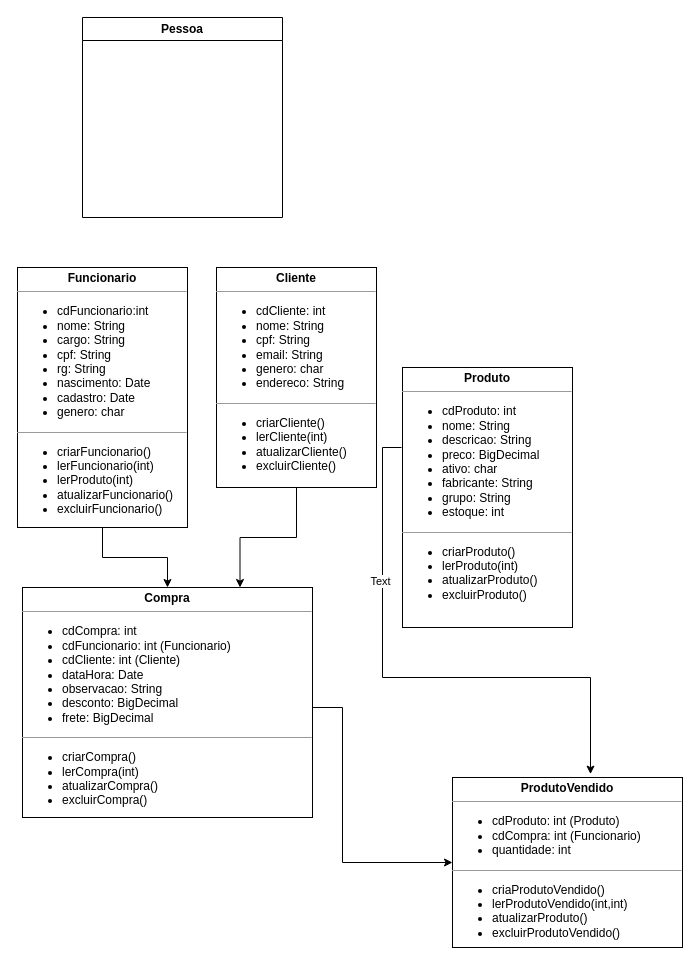
jaumx/SistemaSenac keeps this draw.io diagram as Diagrama-SV.drawio. Above is the earlier version. Source tidied: cells renumbered, new cells numbered last; positions are measured from the earlier drawing's top-left corner, leaving out a move shared by most shapes. Both pictures are drawn from the tidied source at 100%, with x=0, y=0 at pixel (17, 17).
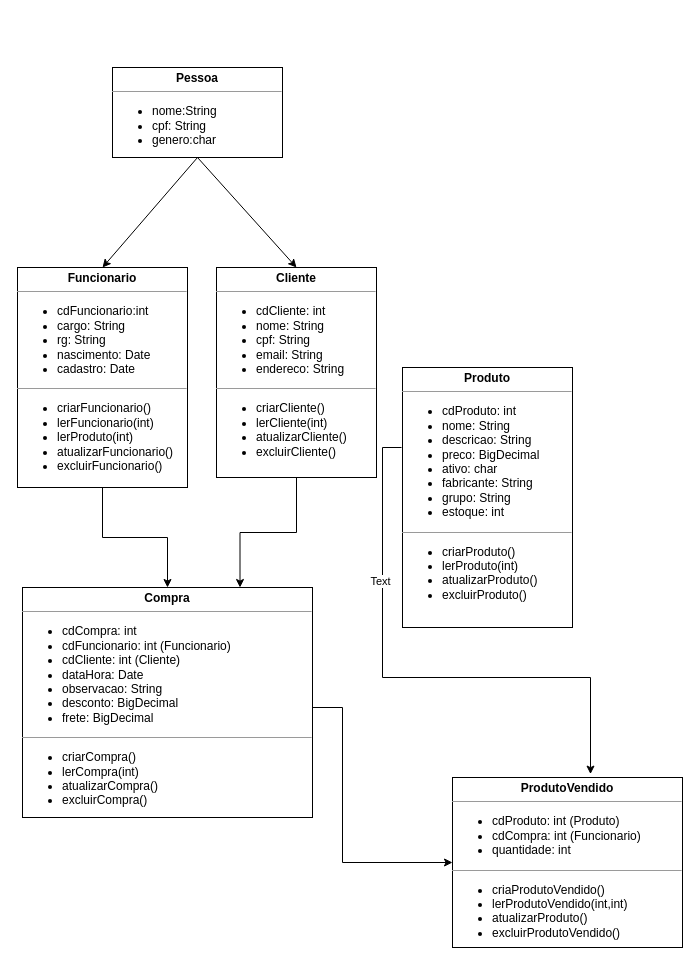
Above is the later version.

Commit message:
superClassePessoa - reutilização de código

The edit, as a diff of the source:
```diff
@@
 <mxGraphModel>
   <root>
     <mxCell id="0" />
     <mxCell id="1" parent="0" />
     <mxCell id="2" style="edgeStyle=orthogonalEdgeStyle;rounded=0;jettySize=auto;html=1;entryX=0.75;entryY=0;entryDx=0;entryDy=0;" parent="1" edge="1" source="3" target="10">
       <mxGeometry relative="1" as="geometry" />
     </mxCell>
-    <mxCell id="3" value="&lt;p style=&quot;margin:0px;margin-top:4px;text-align:center;&quot;&gt;&lt;b&gt;Cliente&lt;/b&gt;&lt;/p&gt;&lt;hr size=&quot;1&quot;&gt;&lt;p style=&quot;margin:0px;margin-left:4px;&quot;&gt;&lt;/p&gt;&lt;ul&gt;&lt;li&gt;cdCliente: int&lt;/li&gt;&lt;li&gt;nome: String&lt;/li&gt;&lt;li&gt;cpf: String&lt;/li&gt;&lt;li&gt;email: String&lt;/li&gt;&lt;li&gt;genero: char&lt;/li&gt;&lt;li&gt;endereco: String&lt;/li&gt;&lt;/ul&gt;&lt;p&gt;&lt;/p&gt;&lt;hr size=&quot;1&quot;&gt;&lt;p style=&quot;margin:0px;margin-left:4px;&quot;&gt;&lt;/p&gt;&lt;ul&gt;&lt;li&gt;criarCliente()&lt;/li&gt;&lt;li&gt;lerCliente(int)&lt;/li&gt;&lt;li&gt;atualizarCliente()&lt;/li&gt;&lt;li&gt;excluirCliente()&lt;/li&gt;&lt;/ul&gt;&lt;p&gt;&lt;/p&gt;" style="verticalAlign=top;align=left;overflow=fill;fontSize=12;fontFamily=Helvetica;html=1;whiteSpace=wrap;" parent="1" vertex="1">
-      <mxGeometry x="199" y="250" width="160" height="220" as="geometry" />
+    <mxCell id="3" value="&lt;p style=&quot;margin:0px;margin-top:4px;text-align:center;&quot;&gt;&lt;b&gt;Cliente&lt;/b&gt;&lt;/p&gt;&lt;hr size=&quot;1&quot;&gt;&lt;p style=&quot;margin:0px;margin-left:4px;&quot;&gt;&lt;/p&gt;&lt;ul&gt;&lt;li&gt;cdCliente: int&lt;/li&gt;&lt;li&gt;nome: String&lt;/li&gt;&lt;li&gt;cpf: String&lt;/li&gt;&lt;li&gt;email: String&lt;/li&gt;&lt;li&gt;endereco: String&lt;/li&gt;&lt;/ul&gt;&lt;p&gt;&lt;/p&gt;&lt;hr size=&quot;1&quot;&gt;&lt;p style=&quot;margin:0px;margin-left:4px;&quot;&gt;&lt;/p&gt;&lt;ul&gt;&lt;li&gt;criarCliente()&lt;/li&gt;&lt;li&gt;lerCliente(int)&lt;/li&gt;&lt;li&gt;atualizarCliente()&lt;/li&gt;&lt;li&gt;excluirCliente()&lt;/li&gt;&lt;/ul&gt;&lt;p&gt;&lt;/p&gt;" style="verticalAlign=top;align=left;overflow=fill;fontSize=12;fontFamily=Helvetica;html=1;whiteSpace=wrap;" parent="1" vertex="1">
+      <mxGeometry x="199" y="250" width="160" height="210" as="geometry" />
     </mxCell>
     <mxCell id="4" style="edgeStyle=orthogonalEdgeStyle;rounded=0;jettySize=auto;html=1;" parent="1" edge="1" source="5" target="10">
       <mxGeometry relative="1" as="geometry" />
     </mxCell>
-    <mxCell id="5" value="&lt;p style=&quot;margin:0px;margin-top:4px;text-align:center;&quot;&gt;&lt;b&gt;Funcionario&lt;/b&gt;&lt;/p&gt;&lt;hr size=&quot;1&quot;&gt;&lt;p style=&quot;margin:0px;margin-left:4px;&quot;&gt;&lt;/p&gt;&lt;ul&gt;&lt;li style=&quot;border-color: var(--border-color);&quot;&gt;cdFuncionario:int&lt;/li&gt;&lt;li style=&quot;border-color: var(--border-color);&quot;&gt;nome: String&lt;/li&gt;&lt;li style=&quot;border-color: var(--border-color);&quot;&gt;cargo: String&lt;/li&gt;&lt;li style=&quot;border-color: var(--border-color);&quot;&gt;cpf: String&lt;/li&gt;&lt;li style=&quot;border-color: var(--border-color);&quot;&gt;rg: String&lt;/li&gt;&lt;li style=&quot;border-color: var(--border-color);&quot;&gt;nascimento: Date&lt;/li&gt;&lt;li style=&quot;border-color: var(--border-color);&quot;&gt;cadastro: Date&lt;/li&gt;&lt;li&gt;genero: char&lt;/li&gt;&lt;/ul&gt;&lt;p&gt;&lt;/p&gt;&lt;hr size=&quot;1&quot;&gt;&lt;p style=&quot;margin:0px;margin-left:4px;&quot;&gt;&lt;/p&gt;&lt;ul&gt;&lt;li style=&quot;border-color: var(--border-color);&quot;&gt;criarFuncionario()&lt;/li&gt;&lt;li style=&quot;border-color: var(--border-color);&quot;&gt;&lt;span style=&quot;border-color: var(--border-color); background-color: initial;&quot;&gt;lerFuncionario(int)&lt;/span&gt;&lt;/li&gt;&lt;li style=&quot;border-color: var(--border-color);&quot;&gt;&lt;span style=&quot;border-color: var(--border-color); background-color: initial;&quot;&gt;lerProduto(int)&lt;/span&gt;&lt;/li&gt;&lt;li style=&quot;border-color: var(--border-color);&quot;&gt;&lt;span style=&quot;border-color: var(--border-color); background-color: initial;&quot;&gt;atualizarFuncionario()&amp;nbsp;&lt;/span&gt;&lt;/li&gt;&lt;li style=&quot;border-color: var(--border-color);&quot;&gt;&lt;span style=&quot;border-color: var(--border-color); background-color: initial;&quot;&gt;excluirFuncionario()&lt;/span&gt;&lt;/li&gt;&lt;/ul&gt;&lt;p&gt;&lt;/p&gt;" style="verticalAlign=top;align=left;overflow=fill;fontSize=12;fontFamily=Helvetica;html=1;whiteSpace=wrap;" parent="1" vertex="1">
-      <mxGeometry y="250" width="170" height="260" as="geometry" />
+    <mxCell id="5" value="&lt;p style=&quot;margin:0px;margin-top:4px;text-align:center;&quot;&gt;&lt;b&gt;Funcionario&lt;/b&gt;&lt;/p&gt;&lt;hr size=&quot;1&quot;&gt;&lt;p style=&quot;margin:0px;margin-left:4px;&quot;&gt;&lt;/p&gt;&lt;ul&gt;&lt;li style=&quot;border-color: var(--border-color);&quot;&gt;cdFuncionario:int&lt;/li&gt;&lt;li style=&quot;border-color: var(--border-color);&quot;&gt;cargo: String&lt;/li&gt;&lt;li style=&quot;border-color: var(--border-color);&quot;&gt;rg: String&lt;/li&gt;&lt;li style=&quot;border-color: var(--border-color);&quot;&gt;nascimento: Date&lt;/li&gt;&lt;li style=&quot;border-color: var(--border-color);&quot;&gt;cadastro: Date&lt;/li&gt;&lt;/ul&gt;&lt;p&gt;&lt;/p&gt;&lt;hr size=&quot;1&quot;&gt;&lt;p style=&quot;margin:0px;margin-left:4px;&quot;&gt;&lt;/p&gt;&lt;ul&gt;&lt;li style=&quot;border-color: var(--border-color);&quot;&gt;criarFuncionario()&lt;/li&gt;&lt;li style=&quot;border-color: var(--border-color);&quot;&gt;&lt;span style=&quot;border-color: var(--border-color); background-color: initial;&quot;&gt;lerFuncionario(int)&lt;/span&gt;&lt;/li&gt;&lt;li style=&quot;border-color: var(--border-color);&quot;&gt;&lt;span style=&quot;border-color: var(--border-color); background-color: initial;&quot;&gt;lerProduto(int)&lt;/span&gt;&lt;/li&gt;&lt;li style=&quot;border-color: var(--border-color);&quot;&gt;&lt;span style=&quot;border-color: var(--border-color); background-color: initial;&quot;&gt;atualizarFuncionario()&amp;nbsp;&lt;/span&gt;&lt;/li&gt;&lt;li style=&quot;border-color: var(--border-color);&quot;&gt;&lt;span style=&quot;border-color: var(--border-color); background-color: initial;&quot;&gt;excluirFuncionario()&lt;/span&gt;&lt;/li&gt;&lt;/ul&gt;&lt;p&gt;&lt;/p&gt;" style="verticalAlign=top;align=left;overflow=fill;fontSize=12;fontFamily=Helvetica;html=1;whiteSpace=wrap;" parent="1" vertex="1">
+      <mxGeometry y="250" width="170" height="220" as="geometry" />
     </mxCell>
     <mxCell id="6" style="edgeStyle=orthogonalEdgeStyle;rounded=0;jettySize=auto;html=1;entryX=0.6;entryY=-0.02;entryDx=0;entryDy=0;entryPerimeter=0;" parent="1" edge="1" target="11">
       <mxGeometry relative="1" as="geometry">
         <mxPoint x="384" y="430" as="sourcePoint" />
         <Array as="points">
           <mxPoint x="365" y="430" />
           <mxPoint x="365" y="660" />
           <mxPoint x="573" y="660" />
         </Array>
       </mxGeometry>
     </mxCell>
     <mxCell id="7" value="Text" style="edgeLabel;html=1;align=center;verticalAlign=middle;" parent="6" vertex="1">
       <mxGeometry x="-0.45" y="-3" relative="1" as="geometry" />
     </mxCell>
     <mxCell id="8" value="&lt;p style=&quot;margin:0px;margin-top:4px;text-align:center;&quot;&gt;&lt;b&gt;Produto&lt;/b&gt;&lt;/p&gt;&lt;hr size=&quot;1&quot;&gt;&lt;p style=&quot;margin:0px;margin-left:4px;&quot;&gt;&lt;/p&gt;&lt;ul&gt;&lt;li style=&quot;border-color: var(--border-color);&quot;&gt;cdProduto: int&lt;/li&gt;&lt;li style=&quot;border-color: var(--border-color);&quot;&gt;nome: String&lt;/li&gt;&lt;li style=&quot;border-color: var(--border-color);&quot;&gt;descricao: String&lt;/li&gt;&lt;li style=&quot;border-color: var(--border-color);&quot;&gt;preco: BigDecimal&lt;/li&gt;&lt;li style=&quot;border-color: var(--border-color);&quot;&gt;ativo: char&lt;/li&gt;&lt;li style=&quot;border-color: var(--border-color);&quot;&gt;fabricante: String&lt;/li&gt;&lt;li style=&quot;border-color: var(--border-color);&quot;&gt;grupo: String&lt;/li&gt;&lt;li style=&quot;border-color: var(--border-color);&quot;&gt;estoque: int&lt;br&gt;&lt;/li&gt;&lt;/ul&gt;&lt;p&gt;&lt;/p&gt;&lt;hr size=&quot;1&quot;&gt;&lt;p style=&quot;margin:0px;margin-left:4px;&quot;&gt;&lt;/p&gt;&lt;ul&gt;&lt;li style=&quot;border-color: var(--border-color);&quot;&gt;criarProduto()&lt;/li&gt;&lt;li style=&quot;border-color: var(--border-color);&quot;&gt;&lt;span style=&quot;border-color: var(--border-color); background-color: initial;&quot;&gt;lerProduto(int)&lt;/span&gt;&lt;/li&gt;&lt;li style=&quot;border-color: var(--border-color);&quot;&gt;&lt;span style=&quot;border-color: var(--border-color); background-color: initial;&quot;&gt;atualizarProduto()&amp;nbsp;&lt;/span&gt;&lt;/li&gt;&lt;li style=&quot;border-color: var(--border-color);&quot;&gt;&lt;span style=&quot;border-color: var(--border-color); background-color: initial;&quot;&gt;excluirProduto()&lt;/span&gt;&lt;/li&gt;&lt;/ul&gt;&lt;p&gt;&lt;/p&gt;" style="verticalAlign=top;align=left;overflow=fill;fontSize=12;fontFamily=Helvetica;html=1;whiteSpace=wrap;" parent="1" vertex="1">
       <mxGeometry x="385" y="350" width="170" height="260" as="geometry" />
     </mxCell>
     <mxCell id="9" style="edgeStyle=orthogonalEdgeStyle;rounded=0;jettySize=auto;html=1;entryX=0;entryY=0.5;entryDx=0;entryDy=0;" parent="1" edge="1" target="11">
       <mxGeometry relative="1" as="geometry">
         <mxPoint x="275" y="690" as="sourcePoint" />
         <Array as="points">
           <mxPoint x="325" y="690" />
           <mxPoint x="325" y="845" />
         </Array>
       </mxGeometry>
     </mxCell>
     <mxCell id="10" value="&lt;p style=&quot;margin:0px;margin-top:4px;text-align:center;&quot;&gt;&lt;b&gt;Compra&lt;/b&gt;&lt;/p&gt;&lt;hr size=&quot;1&quot;&gt;&lt;p style=&quot;margin:0px;margin-left:4px;&quot;&gt;&lt;/p&gt;&lt;ul&gt;&lt;li style=&quot;border-color: var(--border-color);&quot;&gt;cdCompra: int&lt;/li&gt;&lt;li style=&quot;border-color: var(--border-color);&quot;&gt;cdFuncionario: int (Funcionario)&lt;/li&gt;&lt;li style=&quot;border-color: var(--border-color);&quot;&gt;cdCliente: int (Cliente)&lt;/li&gt;&lt;li style=&quot;border-color: var(--border-color);&quot;&gt;dataHora: Date&lt;/li&gt;&lt;li style=&quot;border-color: var(--border-color);&quot;&gt;observacao: String&lt;/li&gt;&lt;li style=&quot;border-color: var(--border-color);&quot;&gt;desconto: BigDecimal&lt;/li&gt;&lt;li style=&quot;border-color: var(--border-color);&quot;&gt;frete: BigDecimal&lt;/li&gt;&lt;/ul&gt;&lt;p&gt;&lt;/p&gt;&lt;hr size=&quot;1&quot;&gt;&lt;p style=&quot;margin:0px;margin-left:4px;&quot;&gt;&lt;/p&gt;&lt;ul&gt;&lt;li style=&quot;border-color: var(--border-color);&quot;&gt;criarCompra()&lt;/li&gt;&lt;li style=&quot;border-color: var(--border-color);&quot;&gt;&lt;span style=&quot;border-color: var(--border-color); background-color: initial;&quot;&gt;lerCompra(int)&lt;/span&gt;&lt;/li&gt;&lt;li style=&quot;border-color: var(--border-color);&quot;&gt;&lt;span style=&quot;border-color: var(--border-color); background-color: initial;&quot;&gt;atualizarCompra()&amp;nbsp;&lt;/span&gt;&lt;/li&gt;&lt;li style=&quot;border-color: var(--border-color);&quot;&gt;&lt;span style=&quot;border-color: var(--border-color); background-color: initial;&quot;&gt;excluirCompra()&lt;/span&gt;&lt;/li&gt;&lt;/ul&gt;&lt;p&gt;&lt;/p&gt;" style="verticalAlign=top;align=left;overflow=fill;fontSize=12;fontFamily=Helvetica;html=1;whiteSpace=wrap;" parent="1" vertex="1">
       <mxGeometry x="5" y="570" width="290" height="230" as="geometry" />
     </mxCell>
     <mxCell id="11" value="&lt;p style=&quot;margin:0px;margin-top:4px;text-align:center;&quot;&gt;&lt;b&gt;ProdutoVendido&lt;/b&gt;&lt;/p&gt;&lt;hr size=&quot;1&quot;&gt;&lt;p style=&quot;margin:0px;margin-left:4px;&quot;&gt;&lt;/p&gt;&lt;ul&gt;&lt;li style=&quot;border-color: var(--border-color);&quot;&gt;cdProduto: int (Produto)&lt;/li&gt;&lt;li style=&quot;border-color: var(--border-color);&quot;&gt;cdCompra: int (Funcionario)&lt;/li&gt;&lt;li style=&quot;border-color: var(--border-color);&quot;&gt;quantidade: int&lt;/li&gt;&lt;/ul&gt;&lt;p&gt;&lt;/p&gt;&lt;hr size=&quot;1&quot;&gt;&lt;p style=&quot;margin:0px;margin-left:4px;&quot;&gt;&lt;/p&gt;&lt;ul&gt;&lt;li style=&quot;border-color: var(--border-color);&quot;&gt;criaProdutoVendido()&lt;/li&gt;&lt;li style=&quot;border-color: var(--border-color);&quot;&gt;&lt;span style=&quot;border-color: var(--border-color); background-color: initial;&quot;&gt;lerProdutoVendido(int,int)&lt;/span&gt;&lt;/li&gt;&lt;li style=&quot;border-color: var(--border-color);&quot;&gt;&lt;span style=&quot;border-color: var(--border-color); background-color: initial;&quot;&gt;atualizarProduto()&lt;/span&gt;&lt;/li&gt;&lt;li style=&quot;border-color: var(--border-color);&quot;&gt;&lt;span style=&quot;border-color: var(--border-color); background-color: initial;&quot;&gt;excluirProdutoVendido()&lt;/span&gt;&lt;/li&gt;&lt;/ul&gt;&lt;p&gt;&lt;/p&gt;" style="verticalAlign=top;align=left;overflow=fill;fontSize=12;fontFamily=Helvetica;html=1;whiteSpace=wrap;" parent="1" vertex="1">
       <mxGeometry x="435" y="760" width="230" height="170" as="geometry" />
     </mxCell>
-    <mxCell id="12" value="Pessoa" style="swimlane;whiteSpace=wrap;html=1;" parent="1" vertex="1">
-      <mxGeometry x="65" width="200" height="200" as="geometry" />
-    </mxCell>
+    <mxCell id="13" value="&lt;p style=&quot;margin:0px;margin-top:4px;text-align:center;&quot;&gt;&lt;b&gt;Pessoa&lt;/b&gt;&lt;/p&gt;&lt;hr size=&quot;1&quot;&gt;&lt;p style=&quot;margin:0px;margin-left:4px;&quot;&gt;&lt;/p&gt;&lt;ul&gt;&lt;li style=&quot;border-color: var(--border-color);&quot;&gt;nome:String&lt;/li&gt;&lt;li style=&quot;border-color: var(--border-color);&quot;&gt;cpf: String&lt;/li&gt;&lt;li style=&quot;border-color: var(--border-color);&quot;&gt;genero:char&lt;/li&gt;&lt;/ul&gt;&lt;p&gt;&lt;/p&gt;" style="verticalAlign=top;align=left;overflow=fill;fontSize=12;fontFamily=Helvetica;html=1;whiteSpace=wrap;" parent="1" vertex="1">
+      <mxGeometry x="95" y="50" width="170" height="90" as="geometry" />
+    </mxCell>
+    <mxCell id="14" style="endArrow=classic;html=1;rounded=0;entryX=0.5;entryY=0;entryDx=0;entryDy=0;exitX=0.5;exitY=1;exitDx=0;exitDy=0;" parent="1" edge="1" source="13" target="3">
+      <mxGeometry relative="1" as="geometry" />
+    </mxCell>
+    <mxCell id="15" style="endArrow=classic;html=1;rounded=0;entryX=0.5;entryY=0;entryDx=0;entryDy=0;exitX=0.5;exitY=1;exitDx=0;exitDy=0;" parent="1" edge="1" source="13" target="5">
+      <mxGeometry relative="1" as="geometry" />
+    </mxCell>
   </root>
 </mxGraphModel>
```
